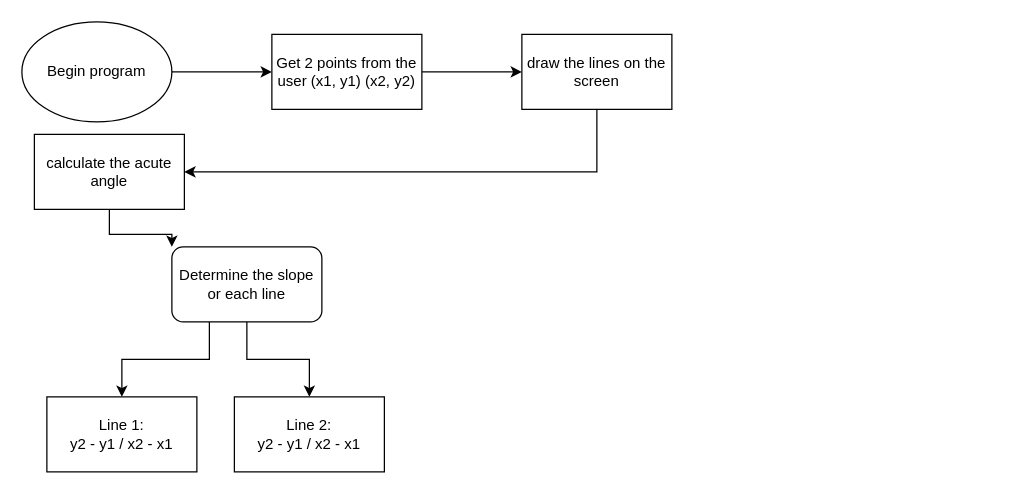
The draw.io diagram Untitled Diagram.drawio in willitw/py_unit_two, before the edit. Source tidied: cells renumbered, new cells numbered last; positions are measured from the earlier drawing's top-left corner, leaving out a move shared by most shapes. Both pictures are drawn from the tidied source at 125%, with x=0, y=0 at pixel (21, 21).
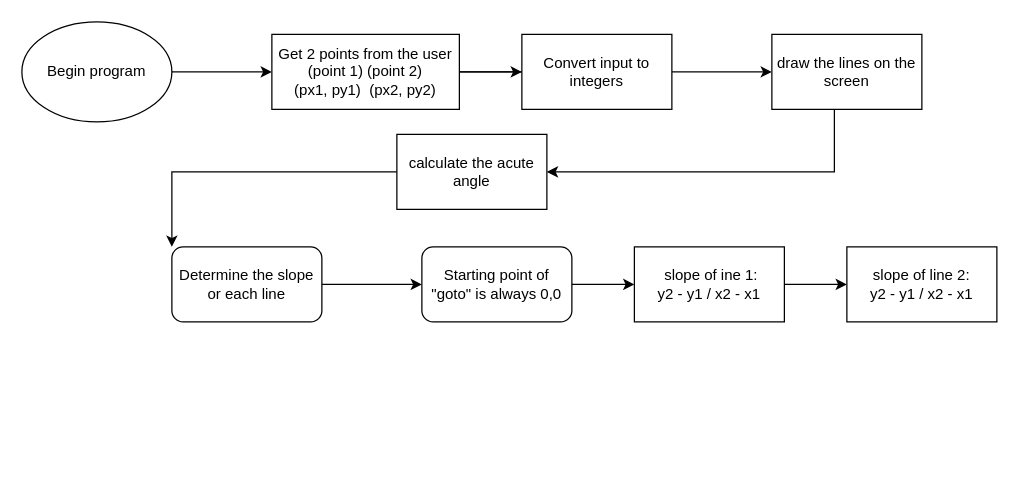
After the change.

The change refers to these unchanged cells:
```xml
<mxCell id="13" value="Determine the slope or each line" style="rounded=1;whiteSpace=wrap;html=1;" parent="1" vertex="1">
  <mxGeometry x="120" y="180" width="120" height="60" as="geometry" />
</mxCell>
```

What changed in the source:
```diff
@@
+    <mxCell id="15" style="edgeStyle=orthogonalEdgeStyle;rounded=0;jettySize=auto;html=1;" parent="1" edge="1" source="5" target="17">
+      <mxGeometry relative="1" as="geometry" />
+    </mxCell>
-    <mxCell id="5" value="Get 2 points from the user (x1, y1) (x2, y2)" style="whiteSpace=wrap;html=1;" parent="1" vertex="1">
-      <mxGeometry x="200" y="10" width="120" height="60" as="geometry" />
+    <mxCell id="5" value="Get 2 points from the user (point 1) (point 2)&lt;br&gt;(px1, py1)&amp;nbsp; (px2, py2)" style="whiteSpace=wrap;html=1;" parent="1" vertex="1">
+      <mxGeometry x="200" y="10" width="150" height="60" as="geometry" />
     </mxCell>
     <mxCell id="6" style="edgeStyle=orthogonalEdgeStyle;rounded=0;jettySize=auto;html=1;" parent="1" edge="1" source="7" target="10">
       <mxGeometry relative="1" as="geometry">
         <Array as="points">
-          <mxPoint x="460" y="120" />
+          <mxPoint x="650" y="120" />
         </Array>
       </mxGeometry>
     </mxCell>
     <mxCell id="7" value="draw the lines on the screen" style="whiteSpace=wrap;html=1;" parent="1" vertex="1">
-      <mxGeometry x="400" y="10" width="120" height="60" as="geometry" />
+      <mxGeometry x="600" y="10" width="120" height="60" as="geometry" />
     </mxCell>
-    <mxCell id="8" style="edgeStyle=orthogonalEdgeStyle;rounded=0;jettySize=auto;html=1;exitX=0.25;exitY=1;exitDx=0;exitDy=0;" parent="1" edge="1" source="13" target="11">
-      <mxGeometry relative="1" as="geometry" />
+    <mxCell id="8" style="edgeStyle=orthogonalEdgeStyle;rounded=0;jettySize=auto;html=1;exitX=0.5;exitY=1;exitDx=0;exitDy=0;" parent="1" edge="1" source="18" target="11">
+      <mxGeometry relative="1" as="geometry">
+        <Array as="points">
+          <mxPoint x="380" y="210" />
+        </Array>
+      </mxGeometry>
     </mxCell>
@@
     <mxCell id="10" value="calculate the acute angle" style="whiteSpace=wrap;html=1;" parent="1" vertex="1">
-      <mxGeometry x="10" y="90" width="120" height="60" as="geometry" />
+      <mxGeometry x="300" y="90" width="120" height="60" as="geometry" />
     </mxCell>
-    <mxCell id="11" value="Line 1:&lt;br&gt;y2 - y1 / x2 - x1" style="whiteSpace=wrap;html=1;" parent="1" vertex="1">
-      <mxGeometry x="20" y="300" width="120" height="60" as="geometry" />
+    <mxCell id="11" value="&amp;nbsp;slope of ine 1:&lt;br&gt;y2 - y1 / x2 - x1" style="whiteSpace=wrap;html=1;" parent="1" vertex="1">
+      <mxGeometry x="490" y="180" width="120" height="60" as="geometry" />
     </mxCell>
-    <mxCell id="12" style="edgeStyle=orthogonalEdgeStyle;rounded=0;jettySize=auto;html=1;" parent="1" edge="1" source="13" target="14">
+    <mxCell id="12" style="edgeStyle=orthogonalEdgeStyle;rounded=0;jettySize=auto;html=1;exitX=1;exitY=0.5;exitDx=0;exitDy=0;" parent="1" edge="1" source="11" target="14">
       <mxGeometry relative="1" as="geometry" />
     </mxCell>
+    <mxCell id="16" style="edgeStyle=orthogonalEdgeStyle;rounded=0;jettySize=auto;html=1;" parent="1" edge="1" source="13" target="18">
+      <mxGeometry relative="1" as="geometry" />
+    </mxCell>
@@
-    <mxCell id="14" value="Line 2:&lt;br&gt;y2 - y1 / x2 - x1" style="whiteSpace=wrap;html=1;" parent="1" vertex="1">
-      <mxGeometry x="170" y="300" width="120" height="60" as="geometry" />
+    <mxCell id="14" value="slope of line 2:&lt;br&gt;y2 - y1 / x2 - x1" style="whiteSpace=wrap;html=1;" parent="1" vertex="1">
+      <mxGeometry x="660" y="180" width="120" height="60" as="geometry" />
     </mxCell>
+    <mxCell id="17" value="Convert input to integers" style="whiteSpace=wrap;html=1;" parent="1" vertex="1">
+      <mxGeometry x="400" y="10" width="120" height="60" as="geometry" />
+    </mxCell>
+    <mxCell id="18" value="Starting point of &quot;goto&quot; is always 0,0" style="whiteSpace=wrap;html=1;rounded=1;" parent="1" vertex="1">
+      <mxGeometry x="320" y="180" width="120" height="60" as="geometry" />
+    </mxCell>
```
